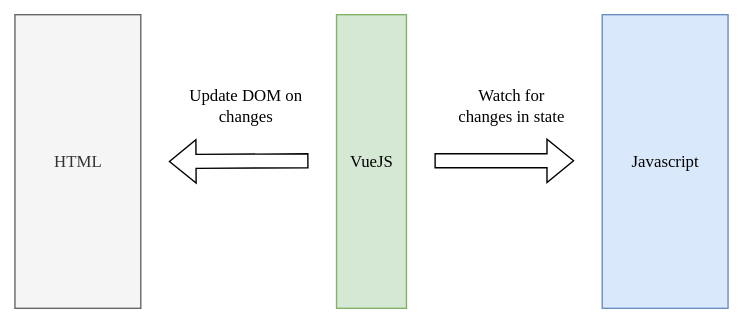
This is presentations/images/declarative-rendering.svg from paytaca/cashscript-workshop, a draw.io export, as it was before one commit. Source tidied: cells renumbered, new cells last; positions are measured from the earlier drawing's top-left corner, leaving out a move shared by most shapes. Source of this version:
```xml
<mxGraphModel>
  <root>
    <mxCell id="0" />
    <mxCell id="1" parent="0" />
    <mxCell id="2" value="HTML" style="rounded=0;whiteSpace=wrap;html=1;fillColor=#f5f5f5;fontColor=#333333;strokeColor=#666666;fontFamily=Comic Sans MS;" parent="1" vertex="1">
      <mxGeometry width="90" height="210" as="geometry" />
    </mxCell>
    <mxCell id="3" value="Javascript" style="rounded=0;whiteSpace=wrap;html=1;fillColor=#dae8fc;strokeColor=#6c8ebf;fontFamily=Comic Sans MS;" parent="1" vertex="1">
      <mxGeometry x="420" width="90" height="210" as="geometry" />
    </mxCell>
    <mxCell id="4" value="VueJS" style="rounded=0;whiteSpace=wrap;html=1;fillColor=#d5e8d4;strokeColor=#82b366;fontFamily=Comic Sans MS;" parent="1" vertex="1">
      <mxGeometry x="230" width="50" height="210" as="geometry" />
    </mxCell>
    <mxCell id="5" style="shape=flexArrow;endArrow=classic;html=1;rounded=0;width=10;fontFamily=Comic Sans MS;" parent="1" edge="1">
      <mxGeometry relative="1" as="geometry">
        <mxPoint x="300" y="104.5" as="sourcePoint" />
        <mxPoint x="400" y="104.5" as="targetPoint" />
      </mxGeometry>
    </mxCell>
    <mxCell id="6" value="Watch for changes in state" style="text;html=1;align=center;verticalAlign=middle;whiteSpace=wrap;rounded=0;fontFamily=Comic Sans MS;" parent="1" vertex="1">
      <mxGeometry x="310" y="50" width="90" height="30" as="geometry" />
    </mxCell>
    <mxCell id="7" style="shape=flexArrow;endArrow=classic;html=1;rounded=0;fontFamily=Comic Sans MS;" parent="1" edge="1">
      <mxGeometry relative="1" as="geometry">
        <mxPoint x="210" y="104.5" as="sourcePoint" />
        <mxPoint x="110" y="105" as="targetPoint" />
      </mxGeometry>
    </mxCell>
    <mxCell id="8" value="Update DOM on changes" style="text;html=1;align=center;verticalAlign=middle;whiteSpace=wrap;rounded=0;fontFamily=Comic Sans MS;" parent="1" vertex="1">
      <mxGeometry x="120" y="50" width="90" height="30" as="geometry" />
    </mxCell>
  </root>
</mxGraphModel>
```
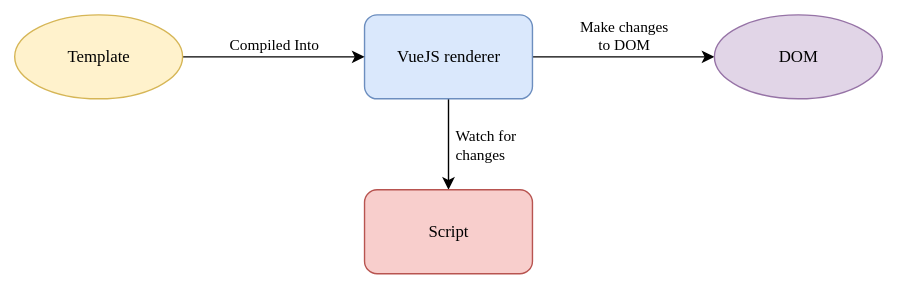
The same file after the commit.

Commit message:
add more diagrams & vue js basics in quasar framework slides

Change to the diagram source:
```diff
@@ -2,32 +2,26 @@
   <root>
     <mxCell id="0" />
     <mxCell id="1" parent="0" />
-    <mxCell id="2" value="HTML" style="rounded=0;whiteSpace=wrap;html=1;fillColor=#f5f5f5;fontColor=#333333;strokeColor=#666666;fontFamily=Comic Sans MS;" parent="1" vertex="1">
-      <mxGeometry width="90" height="210" as="geometry" />
+    <mxCell id="2" value="Make changes&lt;br&gt;to DOM" style="edgeStyle=orthogonalEdgeStyle;rounded=0;jettySize=auto;html=1;exitX=1;exitY=0.5;exitDx=0;exitDy=0;entryX=0;entryY=0.5;entryDx=0;entryDy=0;fontFamily=Comic Sans MS;labelBackgroundColor=none;verticalAlign=bottom;" parent="1" edge="1" source="4" target="8">
+      <mxGeometry x="0.01" relative="1" as="geometry" />
     </mxCell>
-    <mxCell id="3" value="Javascript" style="rounded=0;whiteSpace=wrap;html=1;fillColor=#dae8fc;strokeColor=#6c8ebf;fontFamily=Comic Sans MS;" parent="1" vertex="1">
-      <mxGeometry x="420" width="90" height="210" as="geometry" />
+    <mxCell id="3" value="Watch for&lt;br&gt;changes" style="edgeStyle=orthogonalEdgeStyle;rounded=0;jettySize=auto;html=1;exitX=0.5;exitY=1;exitDx=0;exitDy=0;entryX=0.5;entryY=0;entryDx=0;entryDy=0;fontFamily=Comic Sans MS;labelBackgroundColor=none;verticalAlign=middle;align=left;spacing=5;" parent="1" edge="1" source="4" target="7">
+      <mxGeometry relative="1" as="geometry" />
     </mxCell>
-    <mxCell id="4" value="VueJS" style="rounded=0;whiteSpace=wrap;html=1;fillColor=#d5e8d4;strokeColor=#82b366;fontFamily=Comic Sans MS;" parent="1" vertex="1">
-      <mxGeometry x="230" width="50" height="210" as="geometry" />
+    <mxCell id="4" value="VueJS renderer" style="rounded=1;whiteSpace=wrap;html=1;fillColor=#dae8fc;strokeColor=#6c8ebf;fontFamily=Comic Sans MS;" parent="1" vertex="1">
+      <mxGeometry x="250" y="90" width="120" height="60" as="geometry" />
     </mxCell>
-    <mxCell id="5" style="shape=flexArrow;endArrow=classic;html=1;rounded=0;width=10;fontFamily=Comic Sans MS;" parent="1" edge="1">
-      <mxGeometry relative="1" as="geometry">
-        <mxPoint x="300" y="104.5" as="sourcePoint" />
-        <mxPoint x="400" y="104.5" as="targetPoint" />
-      </mxGeometry>
+    <mxCell id="5" value="Compiled Into" style="edgeStyle=orthogonalEdgeStyle;rounded=0;jettySize=auto;html=1;fontFamily=Comic Sans MS;labelBackgroundColor=none;verticalAlign=bottom;" parent="1" edge="1" source="6" target="4">
+      <mxGeometry relative="1" as="geometry" />
     </mxCell>
-    <mxCell id="6" value="Watch for changes in state" style="text;html=1;align=center;verticalAlign=middle;whiteSpace=wrap;rounded=0;fontFamily=Comic Sans MS;" parent="1" vertex="1">
-      <mxGeometry x="310" y="50" width="90" height="30" as="geometry" />
+    <mxCell id="6" value="Template" style="ellipse;whiteSpace=wrap;html=1;fillColor=#fff2cc;strokeColor=#d6b656;fontFamily=Comic Sans MS;" parent="1" vertex="1">
+      <mxGeometry y="90" width="120" height="60" as="geometry" />
     </mxCell>
-    <mxCell id="7" style="shape=flexArrow;endArrow=classic;html=1;rounded=0;fontFamily=Comic Sans MS;" parent="1" edge="1">
-      <mxGeometry relative="1" as="geometry">
-        <mxPoint x="210" y="104.5" as="sourcePoint" />
-        <mxPoint x="110" y="105" as="targetPoint" />
-      </mxGeometry>
+    <mxCell id="7" value="Script" style="rounded=1;whiteSpace=wrap;html=1;fillColor=#f8cecc;strokeColor=#b85450;fontFamily=Comic Sans MS;" parent="1" vertex="1">
+      <mxGeometry x="250" y="215" width="120" height="60" as="geometry" />
     </mxCell>
-    <mxCell id="8" value="Update DOM on changes" style="text;html=1;align=center;verticalAlign=middle;whiteSpace=wrap;rounded=0;fontFamily=Comic Sans MS;" parent="1" vertex="1">
-      <mxGeometry x="120" y="50" width="90" height="30" as="geometry" />
+    <mxCell id="8" value="DOM" style="ellipse;whiteSpace=wrap;html=1;fillColor=#e1d5e7;strokeColor=#9673a6;fontFamily=Comic Sans MS;" parent="1" vertex="1">
+      <mxGeometry x="500" y="90" width="120" height="60" as="geometry" />
     </mxCell>
   </root>
 </mxGraphModel>
```
